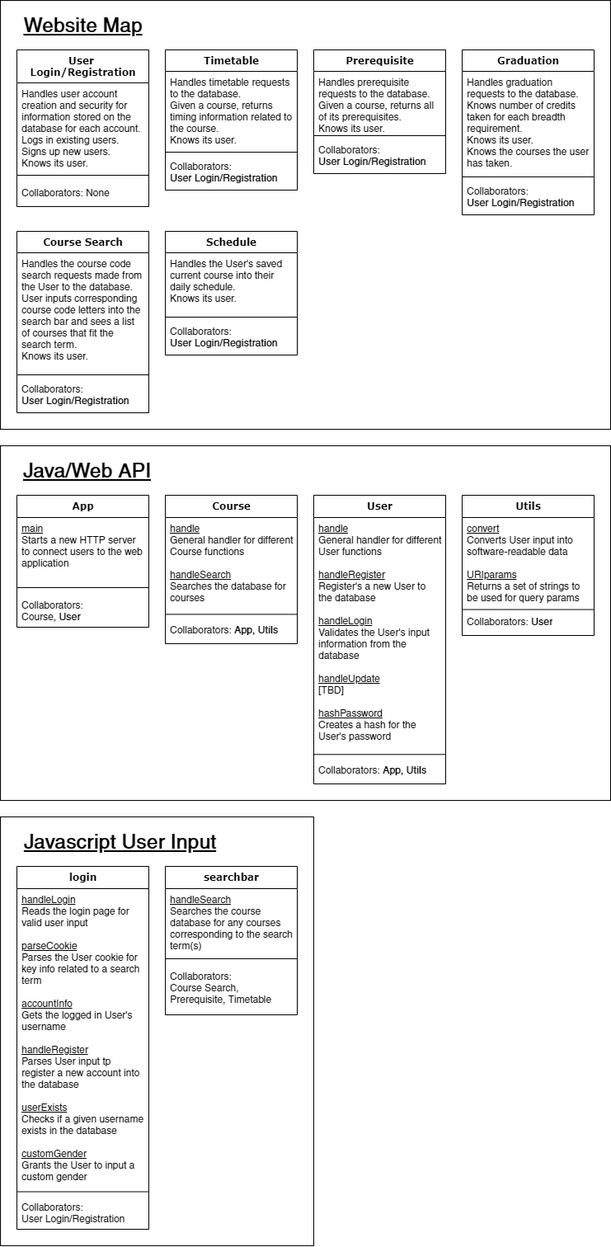
Before: doc/img/S3 - CRC Cards.png, a diagram exported from draw.io (Phoenix5050/CSC301TermProject). Source tidied: cells renumbered, new cells last; positions are measured from the earlier drawing's top-left corner, leaving out a move shared by most shapes.
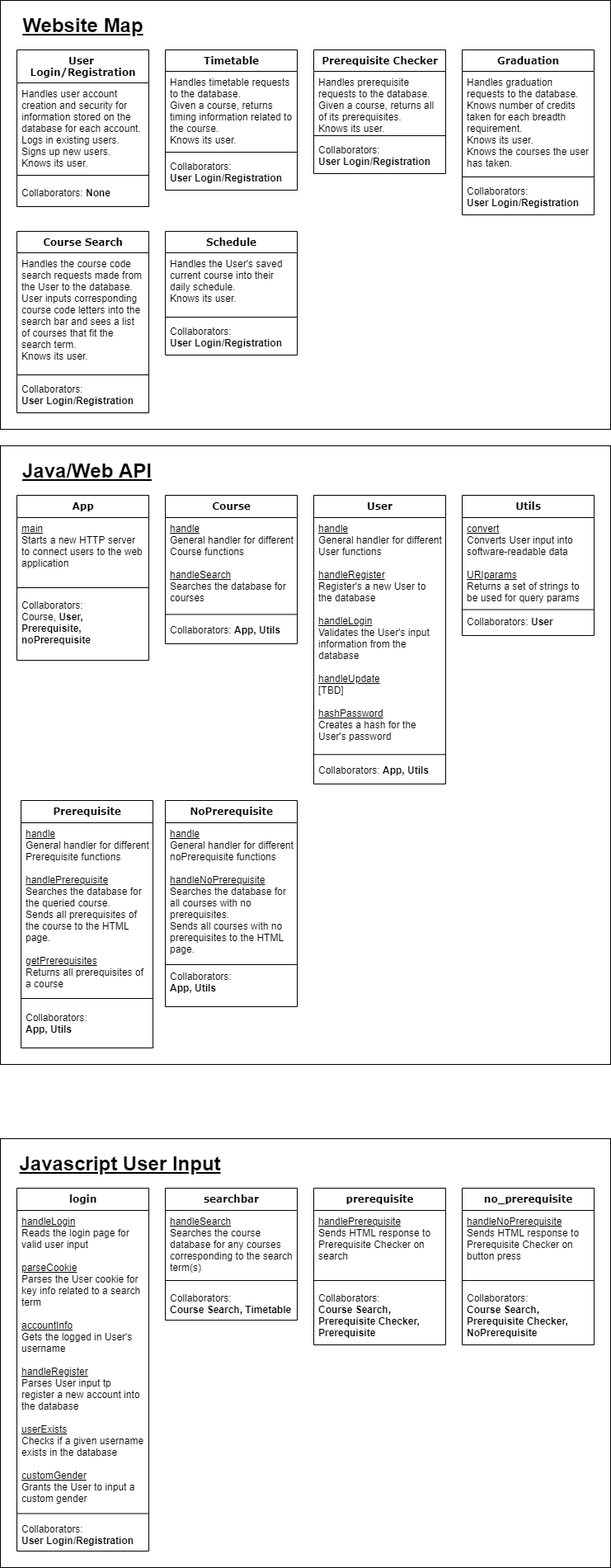
The same file after the commit.

Commit message:
[FUL-54] Last-minute prerequisite changes

The edit, as a diff of the source:
```diff
@@ -3,10 +3,10 @@
     <mxCell id="0" />
     <mxCell id="1" parent="0" />
     <mxCell id="2" style="rounded=0;whiteSpace=wrap;html=1;align=left;" parent="1" vertex="1">
-      <mxGeometry y="540" width="740" height="430" as="geometry" />
+      <mxGeometry y="540" width="740" height="750" as="geometry" />
     </mxCell>
     <mxCell id="3" value="App" style="swimlane;html=1;fontStyle=1;align=center;verticalAlign=top;horizontal=1;startSize=27;swimlaneFillColor=#ffffff;rounded=0;shadow=0;comic=0;labelBackgroundColor=none;strokeWidth=1;fillColor=none;fontFamily=Verdana;fontSize=12;" parent="1" vertex="1">
-      <mxGeometry x="20" y="600" width="160" height="160" as="geometry" />
+      <mxGeometry x="20" y="600" width="160" height="200" as="geometry" />
     </mxCell>
     <mxCell id="4" value="&lt;u&gt;&lt;font style=&quot;font-size: 12px&quot;&gt;main&lt;/font&gt;&lt;/u&gt;&lt;br&gt;Starts a new HTTP server to connect users to the web application" style="text;html=1;strokeColor=none;fillColor=none;align=left;verticalAlign=top;spacingLeft=4;spacingRight=4;whiteSpace=wrap;overflow=hidden;" parent="3" vertex="1">
       <mxGeometry y="27" width="160" height="83" as="geometry" />
@@ -20,8 +20,8 @@
         <mxPoint x="160" y="112" as="targetPoint" />
       </mxGeometry>
     </mxCell>
-    <mxCell id="7" value="Collaborators:&lt;br&gt;Course,&amp;nbsp;&lt;b&gt;User&lt;/b&gt;" style="text;html=1;strokeColor=none;fillColor=none;align=left;verticalAlign=top;spacingLeft=4;spacingRight=4;whiteSpace=wrap;overflow=hidden;" parent="3" vertex="1">
-      <mxGeometry y="120" width="160" height="40" as="geometry" />
+    <mxCell id="7" value="Collaborators:&lt;br&gt;Course,&amp;nbsp;&lt;b&gt;User, Prerequisite, noPrerequisite&lt;/b&gt;" style="text;html=1;strokeColor=none;fillColor=none;align=left;verticalAlign=top;spacingLeft=4;spacingRight=4;whiteSpace=wrap;overflow=hidden;" parent="3" vertex="1">
+      <mxGeometry y="120" width="160" height="80" as="geometry" />
     </mxCell>
     <mxCell id="8" value="User" style="swimlane;html=1;fontStyle=1;align=center;verticalAlign=top;horizontal=1;startSize=27;swimlaneFillColor=#ffffff;rounded=0;shadow=0;comic=0;labelBackgroundColor=none;strokeWidth=1;fillColor=none;fontFamily=Verdana;fontSize=12;" parent="1" vertex="1">
       <mxGeometry x="380" y="600" width="160" height="350" as="geometry" />
@@ -86,7 +86,7 @@
     <mxCell id="26" style="line;html=1;strokeWidth=1;fillColor=none;align=left;verticalAlign=middle;spacingTop=-1;spacingLeft=3;spacingRight=3;labelPosition=right;opacity=0;" parent="24" vertex="1">
       <mxGeometry y="150" width="160" height="10" as="geometry" />
     </mxCell>
-    <mxCell id="27" value="Collaborators: None" style="text;html=1;strokeColor=none;fillColor=none;align=left;verticalAlign=top;spacingLeft=4;spacingRight=4;whiteSpace=wrap;overflow=hidden;" parent="24" vertex="1">
+    <mxCell id="27" value="Collaborators: &lt;b&gt;None&lt;/b&gt;" style="text;html=1;strokeColor=none;fillColor=none;align=left;verticalAlign=top;spacingLeft=4;spacingRight=4;whiteSpace=wrap;overflow=hidden;" parent="24" vertex="1">
       <mxGeometry y="160" width="160" height="30" as="geometry" />
     </mxCell>
     <mxCell id="28" style="endArrow=none;html=1;" parent="24" edge="1">
@@ -95,7 +95,7 @@
         <mxPoint x="160" y="152" as="targetPoint" />
       </mxGeometry>
     </mxCell>
-    <mxCell id="29" value="Prerequisite" style="swimlane;html=1;fontStyle=1;align=center;verticalAlign=top;horizontal=1;startSize=26;swimlaneFillColor=#ffffff;rounded=0;shadow=0;comic=0;labelBackgroundColor=none;strokeWidth=1;fillColor=none;fontFamily=Verdana;fontSize=12;" parent="1" vertex="1">
+    <mxCell id="29" value="Prerequisite Checker" style="swimlane;html=1;fontStyle=1;align=center;verticalAlign=top;horizontal=1;startSize=26;swimlaneFillColor=#ffffff;rounded=0;shadow=0;comic=0;labelBackgroundColor=none;strokeWidth=1;fillColor=none;fontFamily=Verdana;fontSize=12;" parent="1" vertex="1">
       <mxGeometry x="380" y="60" width="160" height="150" as="geometry" />
     </mxCell>
     <mxCell id="30" value="Handles prerequisite requests to the database.&lt;br&gt;Given a course, returns all of its prerequisites.&lt;br&gt;Knows its user." style="text;html=1;strokeColor=none;fillColor=none;align=left;verticalAlign=top;spacingLeft=4;spacingRight=4;whiteSpace=wrap;overflow=hidden;" parent="29" vertex="1">
@@ -165,13 +165,13 @@
       <mxGeometry y="108" width="160" height="42" as="geometry" />
     </mxCell>
     <mxCell id="51" style="rounded=0;whiteSpace=wrap;html=1;align=left;" parent="1" vertex="1">
-      <mxGeometry y="990" width="380" height="520" as="geometry" />
+      <mxGeometry y="1380" width="740" height="520" as="geometry" />
     </mxCell>
     <mxCell id="52" value="&lt;b&gt;&lt;u&gt;&lt;font style=&quot;font-size: 24px&quot;&gt;Javascript User Input&lt;/font&gt;&lt;/u&gt;&lt;/b&gt;" style="text;html=1;align=center;verticalAlign=middle;" parent="1" vertex="1">
-      <mxGeometry x="20" y="1010" width="250" height="20" as="geometry" />
+      <mxGeometry x="20" y="1400" width="250" height="20" as="geometry" />
     </mxCell>
     <mxCell id="53" value="login" style="swimlane;html=1;fontStyle=1;align=center;verticalAlign=top;horizontal=1;startSize=27;swimlaneFillColor=#ffffff;rounded=0;shadow=0;comic=0;labelBackgroundColor=none;strokeWidth=1;fillColor=none;fontFamily=Verdana;fontSize=12;" parent="1" vertex="1">
-      <mxGeometry x="20" y="1050" width="160" height="440" as="geometry" />
+      <mxGeometry x="20" y="1440" width="160" height="440" as="geometry" />
     </mxCell>
     <mxCell id="54" value="&lt;u&gt;&lt;font style=&quot;font-size: 12px&quot;&gt;handleLogin&lt;/font&gt;&lt;/u&gt;&lt;br&gt;Reads the login page for valid user input&lt;br&gt;&lt;br&gt;&lt;u&gt;parseCookie&lt;/u&gt;&lt;br&gt;Parses the User cookie for key info related to a search term&lt;br&gt;&lt;u&gt;&lt;br&gt;accountInfo&lt;/u&gt;&lt;br&gt;Gets the logged in User's username&lt;br&gt;&lt;u&gt;&lt;br&gt;handleRegister&lt;/u&gt;&lt;br&gt;Parses User input tp register a new account into the database&lt;br&gt;&lt;u&gt;&lt;br&gt;userExists&lt;/u&gt;&lt;br&gt;Checks if a given username exists in the database&lt;br&gt;&lt;u&gt;&lt;br&gt;customGender&lt;/u&gt;&lt;br&gt;Grants the User to input a custom gender" style="text;html=1;strokeColor=none;fillColor=none;align=left;verticalAlign=top;spacingLeft=4;spacingRight=4;whiteSpace=wrap;overflow=hidden;" parent="53" vertex="1">
       <mxGeometry y="27" width="160" height="363" as="geometry" />
@@ -185,11 +185,11 @@
     <mxCell id="56" style="line;html=1;strokeWidth=1;fillColor=none;align=left;verticalAlign=middle;spacingTop=-1;spacingLeft=3;spacingRight=3;labelPosition=right;opacity=0;" parent="53" vertex="1">
       <mxGeometry y="390" width="160" height="10" as="geometry" />
     </mxCell>
-    <mxCell id="57" value="Collaborators:&lt;br&gt;User Login/Registration" style="text;html=1;strokeColor=none;fillColor=none;align=left;verticalAlign=top;spacingLeft=4;spacingRight=4;whiteSpace=wrap;overflow=hidden;" parent="53" vertex="1">
+    <mxCell id="57" value="Collaborators:&lt;br&gt;&lt;b&gt;User Login/Registration&lt;/b&gt;" style="text;html=1;strokeColor=none;fillColor=none;align=left;verticalAlign=top;spacingLeft=4;spacingRight=4;whiteSpace=wrap;overflow=hidden;" parent="53" vertex="1">
       <mxGeometry y="400" width="160" height="40" as="geometry" />
     </mxCell>
     <mxCell id="58" value="searchbar" style="swimlane;html=1;fontStyle=1;align=center;verticalAlign=top;horizontal=1;startSize=27;swimlaneFillColor=#ffffff;rounded=0;shadow=0;comic=0;labelBackgroundColor=none;strokeWidth=1;fillColor=none;fontFamily=Verdana;fontSize=12;" parent="1" vertex="1">
-      <mxGeometry x="200" y="1050" width="160" height="180" as="geometry" />
+      <mxGeometry x="200" y="1440" width="160" height="160" as="geometry" />
     </mxCell>
     <mxCell id="59" value="&lt;u&gt;&lt;font style=&quot;font-size: 12px&quot;&gt;handleSearch&lt;/font&gt;&lt;/u&gt;&lt;br&gt;Searches the course database for any courses corresponding to the search term(s)" style="text;html=1;strokeColor=none;fillColor=none;align=left;verticalAlign=top;spacingLeft=4;spacingRight=4;whiteSpace=wrap;overflow=hidden;" parent="58" vertex="1">
       <mxGeometry y="27" width="160" height="83" as="geometry" />
@@ -203,8 +203,74 @@
         <mxPoint x="160" y="112" as="targetPoint" />
       </mxGeometry>
     </mxCell>
-    <mxCell id="62" value="Collaborators:&lt;br&gt;Course Search, Prerequisite, Timetable" style="text;html=1;strokeColor=none;fillColor=none;align=left;verticalAlign=top;spacingLeft=4;spacingRight=4;whiteSpace=wrap;overflow=hidden;" parent="58" vertex="1">
-      <mxGeometry y="120" width="160" height="60" as="geometry" />
+    <mxCell id="62" value="Collaborators:&lt;br&gt;&lt;b&gt;Course Search, Timetable&lt;/b&gt;" style="text;html=1;strokeColor=none;fillColor=none;align=left;verticalAlign=top;spacingLeft=4;spacingRight=4;whiteSpace=wrap;overflow=hidden;" parent="58" vertex="1">
+      <mxGeometry y="120" width="160" height="40" as="geometry" />
     </mxCell>
+    <mxCell id="63" value="Prerequisite" style="swimlane;html=1;fontStyle=1;align=center;verticalAlign=top;horizontal=1;startSize=27;swimlaneFillColor=#ffffff;rounded=0;shadow=0;comic=0;labelBackgroundColor=none;strokeWidth=1;fillColor=none;fontFamily=Verdana;fontSize=12;" parent="1" vertex="1">
+      <mxGeometry x="25" y="970" width="160" height="300" as="geometry" />
+    </mxCell>
+    <mxCell id="64" value="&lt;u&gt;handle&lt;/u&gt;&lt;br&gt;General handler for different Prerequisite functions&lt;br&gt;&lt;br&gt;&lt;u&gt;handlePrerequisite&lt;/u&gt;&lt;br&gt;Searches the database for the queried course.&lt;br&gt;Sends all prerequisites of the course to the HTML page.&lt;br&gt;&lt;br&gt;&lt;u&gt;getPrerequisites&lt;/u&gt;&lt;br&gt;Returns all prerequisites of a course" style="text;html=1;strokeColor=none;fillColor=none;align=left;verticalAlign=top;spacingLeft=4;spacingRight=4;whiteSpace=wrap;overflow=hidden;" parent="63" vertex="1">
+      <mxGeometry y="27" width="160" height="223" as="geometry" />
+    </mxCell>
+    <mxCell id="65" style="endArrow=none;html=1;" parent="63" edge="1">
+      <mxGeometry relative="1" as="geometry">
+        <mxPoint y="240" as="sourcePoint" />
+        <mxPoint x="160" y="240" as="targetPoint" />
+      </mxGeometry>
+    </mxCell>
+    <mxCell id="66" value="Collaborators:&lt;br&gt;&lt;b&gt;App, Utils&lt;/b&gt;" style="text;html=1;strokeColor=none;fillColor=none;align=left;verticalAlign=top;spacingLeft=4;spacingRight=4;whiteSpace=wrap;overflow=hidden;" parent="63" vertex="1">
+      <mxGeometry y="250" width="160" height="50" as="geometry" />
+    </mxCell>
+    <mxCell id="67" value="NoPrerequisite" style="swimlane;html=1;fontStyle=1;align=center;verticalAlign=top;horizontal=1;startSize=27;swimlaneFillColor=#ffffff;rounded=0;shadow=0;comic=0;labelBackgroundColor=none;strokeWidth=1;fillColor=none;fontFamily=Verdana;fontSize=12;" parent="1" vertex="1">
+      <mxGeometry x="200" y="970" width="160" height="250" as="geometry" />
+    </mxCell>
+    <mxCell id="68" value="&lt;u&gt;handle&lt;/u&gt;&lt;br&gt;General handler for different noPrerequisite functions&lt;br&gt;&lt;br&gt;&lt;u&gt;handleNoPrerequisite&lt;/u&gt;&lt;br&gt;Searches the database for all courses with no prerequisites.&lt;br&gt;Sends all courses with no prerequisites to the HTML page." style="text;html=1;strokeColor=none;fillColor=none;align=left;verticalAlign=top;spacingLeft=4;spacingRight=4;whiteSpace=wrap;overflow=hidden;" parent="67" vertex="1">
+      <mxGeometry y="27" width="160" height="173" as="geometry" />
+    </mxCell>
+    <mxCell id="69" style="endArrow=none;html=1;" parent="67" edge="1">
+      <mxGeometry relative="1" as="geometry">
+        <mxPoint y="199" as="sourcePoint" />
+        <mxPoint x="160" y="199" as="targetPoint" />
+      </mxGeometry>
+    </mxCell>
+    <mxCell id="70" value="Collaborators:&lt;br&gt;&lt;b&gt;App, Utils&lt;/b&gt;" style="text;html=1;strokeColor=none;fillColor=none;align=left;verticalAlign=top;spacingLeft=4;spacingRight=4;whiteSpace=wrap;overflow=hidden;" parent="67" vertex="1">
+      <mxGeometry y="200" width="160" height="50" as="geometry" />
+    </mxCell>
+    <mxCell id="71" value="prerequisite" style="swimlane;html=1;fontStyle=1;align=center;verticalAlign=top;horizontal=1;startSize=27;swimlaneFillColor=#ffffff;rounded=0;shadow=0;comic=0;labelBackgroundColor=none;strokeWidth=1;fillColor=none;fontFamily=Verdana;fontSize=12;" parent="1" vertex="1">
+      <mxGeometry x="380" y="1440" width="160" height="190" as="geometry" />
+    </mxCell>
+    <mxCell id="72" value="&lt;u&gt;handlePrerequisite&lt;/u&gt;&lt;br&gt;Sends HTML response to Prerequisite Checker on search" style="text;html=1;strokeColor=none;fillColor=none;align=left;verticalAlign=top;spacingLeft=4;spacingRight=4;whiteSpace=wrap;overflow=hidden;" parent="71" vertex="1">
+      <mxGeometry y="27" width="160" height="83" as="geometry" />
+    </mxCell>
+    <mxCell id="73" style="line;html=1;strokeWidth=1;fillColor=none;align=left;verticalAlign=middle;spacingTop=-1;spacingLeft=3;spacingRight=3;labelPosition=right;opacity=0;" parent="71" vertex="1">
+      <mxGeometry y="110" width="160" height="10" as="geometry" />
+    </mxCell>
+    <mxCell id="74" style="endArrow=none;html=1;" parent="71" edge="1">
+      <mxGeometry relative="1" as="geometry">
+        <mxPoint y="112" as="sourcePoint" />
+        <mxPoint x="160" y="112" as="targetPoint" />
+      </mxGeometry>
+    </mxCell>
+    <mxCell id="75" value="Collaborators:&lt;br&gt;&lt;b&gt;Course Search, Prerequisite Checker, Prerequisite&lt;/b&gt;" style="text;html=1;strokeColor=none;fillColor=none;align=left;verticalAlign=top;spacingLeft=4;spacingRight=4;whiteSpace=wrap;overflow=hidden;" parent="71" vertex="1">
+      <mxGeometry y="120" width="160" height="70" as="geometry" />
+    </mxCell>
+    <mxCell id="76" value="no_prerequisite" style="swimlane;html=1;fontStyle=1;align=center;verticalAlign=top;horizontal=1;startSize=27;swimlaneFillColor=#ffffff;rounded=0;shadow=0;comic=0;labelBackgroundColor=none;strokeWidth=1;fillColor=none;fontFamily=Verdana;fontSize=12;" parent="1" vertex="1">
+      <mxGeometry x="560" y="1440" width="160" height="190" as="geometry" />
+    </mxCell>
+    <mxCell id="77" value="&lt;u&gt;handleNoPrerequisite&lt;br&gt;&lt;/u&gt;Sends HTML response to Prerequisite Checker on button press" style="text;html=1;strokeColor=none;fillColor=none;align=left;verticalAlign=top;spacingLeft=4;spacingRight=4;whiteSpace=wrap;overflow=hidden;" parent="76" vertex="1">
+      <mxGeometry y="27" width="160" height="83" as="geometry" />
+    </mxCell>
+    <mxCell id="78" style="line;html=1;strokeWidth=1;fillColor=none;align=left;verticalAlign=middle;spacingTop=-1;spacingLeft=3;spacingRight=3;labelPosition=right;opacity=0;" parent="76" vertex="1">
+      <mxGeometry y="110" width="160" height="10" as="geometry" />
+    </mxCell>
+    <mxCell id="79" style="endArrow=none;html=1;" parent="76" edge="1">
+      <mxGeometry relative="1" as="geometry">
+        <mxPoint y="112" as="sourcePoint" />
+        <mxPoint x="160" y="112" as="targetPoint" />
+      </mxGeometry>
+    </mxCell>
+    <mxCell id="80" value="Collaborators:&lt;br&gt;&lt;b&gt;Course Search, Prerequisite Checker, NoPrerequisite&lt;/b&gt;" style="text;html=1;strokeColor=none;fillColor=none;align=left;verticalAlign=top;spacingLeft=4;spacingRight=4;whiteSpace=wrap;overflow=hidden;" parent="76" vertex="1">
+      <mxGeometry y="120" width="160" height="70" as="geometry" />
+    </mxCell>
   </root>
 </mxGraphModel>
```
